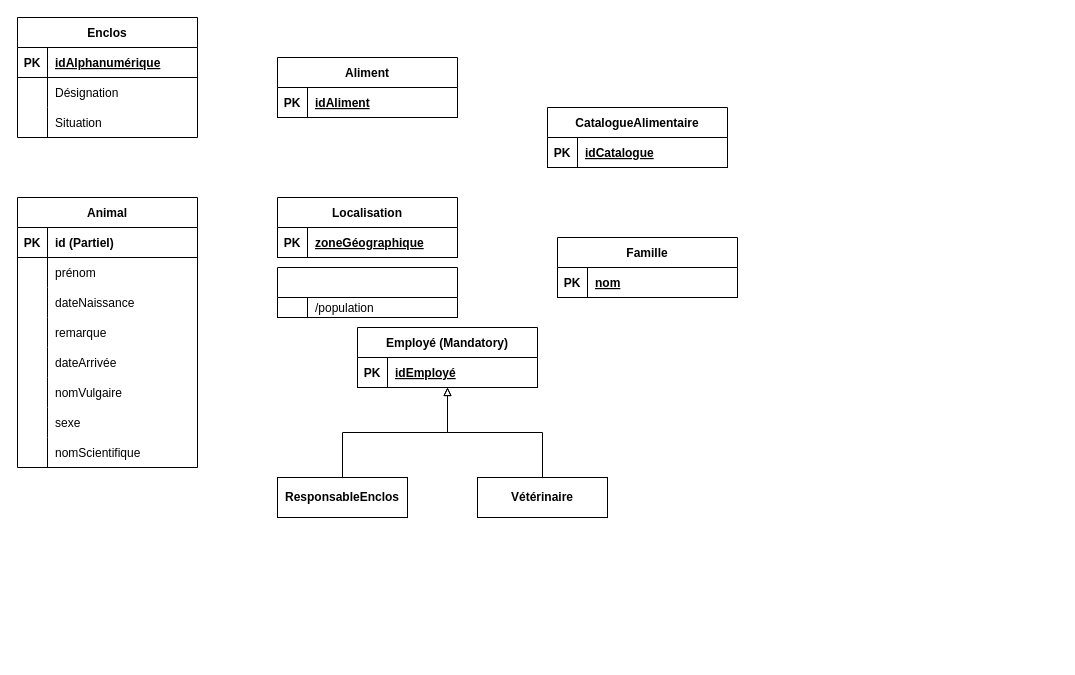
The draw.io diagram Untitled Diagram.drawio in R0ma01/R0ma01, before the edit. Source tidied: cells renumbered, new cells numbered last; positions are measured from the earlier drawing's top-left corner, leaving out a move shared by most shapes. Both pictures are drawn from the tidied source at 100%, with x=0, y=0 at pixel (17, 17).
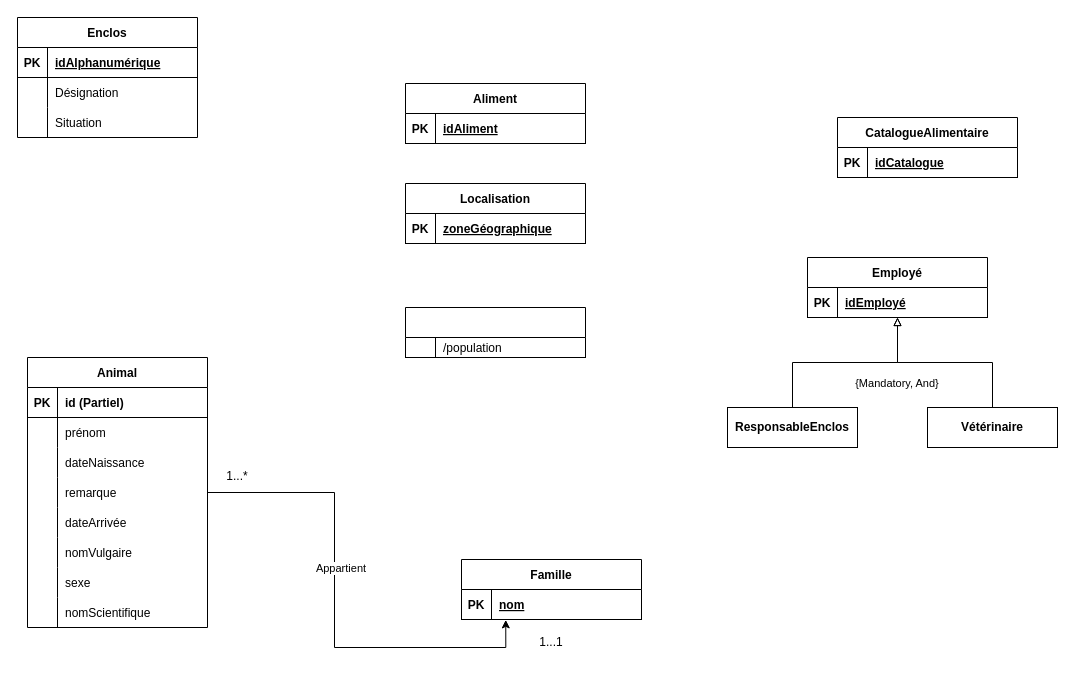
Above is the later version.

Commit message:
Ajout lien Famille

The change refers to these unchanged cells:
```xml
<mxCell id="42" style="edgeStyle=orthogonalEdgeStyle;rounded=0;jettySize=auto;html=1;entryX=0.5;entryY=0;entryDx=0;entryDy=0;strokeColor=default;startArrow=block;startFill=0;endArrow=none;endFill=0;" parent="1" edge="1" source="43" target="59">
  <mxGeometry relative="1" as="geometry" />
</mxCell>
<mxCell id="52" style="shape=tableRow;horizontal=0;startSize=0;swimlaneHead=0;swimlaneBody=0;fillColor=none;points=[[0,0.5],[1,0.5]];portConstraint=eastwest;top=0;left=0;right=0;bottom=1;" parent="51" vertex="1">
  <mxGeometry y="30" width="180" height="30" as="geometry" />
</mxCell>
```

Change to the diagram source:
```diff
@@
+    <mxCell id="65" style="edgeStyle=orthogonalEdgeStyle;rounded=0;jettySize=auto;html=1;entryX=0.246;entryY=1.013;entryDx=0;entryDy=0;entryPerimeter=0;" parent="1" edge="1" source="12" target="52">
+      <mxGeometry relative="1" as="geometry" />
+    </mxCell>
+    <mxCell id="66" value="Appartient&amp;nbsp;" style="edgeLabel;html=1;align=center;verticalAlign=middle;" parent="65" vertex="1">
+      <mxGeometry x="-0.16" y="7" relative="1" as="geometry" />
+    </mxCell>
     <mxCell id="12" value="Animal" style="shape=table;startSize=30;childLayout=tableLayout;rowLines=0;fontStyle=1;align=center;" parent="1" vertex="1">
-      <mxGeometry y="180" width="180" height="270" as="geometry" />
+      <mxGeometry x="10" y="340" width="180" height="270" as="geometry" />
     </mxCell>
@@
     <mxCell id="37" value="Aliment" style="shape=table;startSize=30;childLayout=tableLayout;rowLines=0;fontStyle=1;align=center;" parent="1" vertex="1">
-      <mxGeometry x="260" y="40" width="180" height="60" as="geometry" />
+      <mxGeometry x="388" y="66" width="180" height="60" as="geometry" />
     </mxCell>
@@
     <mxCell id="41" style="edgeStyle=orthogonalEdgeStyle;rounded=0;jettySize=auto;html=1;entryX=0.5;entryY=0;entryDx=0;entryDy=0;strokeColor=default;startArrow=block;startFill=0;endArrow=none;endFill=0;" parent="1" edge="1" source="43" target="60">
       <mxGeometry relative="1" as="geometry">
         <Array as="points">
-          <mxPoint x="430" y="415" />
-          <mxPoint x="525" y="415" />
+          <mxPoint x="880" y="345" />
+          <mxPoint x="975" y="345" />
         </Array>
       </mxGeometry>
     </mxCell>
@@
+    <mxCell id="67" value="{Mandatory, And}&amp;nbsp;" style="edgeLabel;html=1;align=center;verticalAlign=middle;" parent="42" vertex="1">
+      <mxGeometry x="-0.41" relative="1" as="geometry">
+        <mxPoint x="13" y="20" as="offset" />
+      </mxGeometry>
+    </mxCell>
-    <mxCell id="43" value="Employé (Mandatory)" style="shape=table;startSize=30;childLayout=tableLayout;rowLines=0;fontStyle=1;align=center;" parent="1" vertex="1">
-      <mxGeometry x="340" y="310" width="180" height="60" as="geometry" />
+    <mxCell id="43" value="Employé" style="shape=table;startSize=30;childLayout=tableLayout;rowLines=0;fontStyle=1;align=center;" parent="1" vertex="1">
+      <mxGeometry x="790" y="240" width="180" height="60" as="geometry" />
     </mxCell>
@@
     <mxCell id="47" value="Localisation" style="shape=table;startSize=30;childLayout=tableLayout;rowLines=0;fontStyle=1;align=center;" parent="1" vertex="1">
-      <mxGeometry x="260" y="180" width="180" height="60" as="geometry" />
+      <mxGeometry x="388" y="166" width="180" height="60" as="geometry" />
     </mxCell>
@@
     <mxCell id="51" value="Famille" style="shape=table;startSize=30;childLayout=tableLayout;rowLines=0;fontStyle=1;align=center;" parent="1" vertex="1">
-      <mxGeometry x="540" y="220" width="180" height="60" as="geometry" />
+      <mxGeometry x="444" y="542" width="180" height="60" as="geometry" />
     </mxCell>
@@
     <mxCell id="55" style="shape=table;startSize=30;childLayout=tableLayout;rowLines=0;fontStyle=1;align=center;" parent="1" vertex="1">
-      <mxGeometry x="260" y="250" width="180" height="50" as="geometry" />
+      <mxGeometry x="388" y="290" width="180" height="50" as="geometry" />
     </mxCell>
@@
     <mxCell id="59" value="&lt;b&gt;ResponsableEnclos&lt;/b&gt;" style="whiteSpace=wrap;html=1;align=center;" parent="1" vertex="1">
-      <mxGeometry x="260" y="460" width="130" height="40" as="geometry" />
+      <mxGeometry x="710" y="390" width="130" height="40" as="geometry" />
     </mxCell>
     <mxCell id="60" value="&lt;b&gt;Vétérinaire&lt;/b&gt;" style="whiteSpace=wrap;html=1;align=center;" parent="1" vertex="1">
-      <mxGeometry x="460" y="460" width="130" height="40" as="geometry" />
+      <mxGeometry x="910" y="390" width="130" height="40" as="geometry" />
     </mxCell>
     <mxCell id="61" value="CatalogueAlimentaire" style="shape=table;startSize=30;childLayout=tableLayout;rowLines=0;fontStyle=1;align=center;" parent="1" vertex="1">
-      <mxGeometry x="530" y="90" width="180" height="60" as="geometry" />
+      <mxGeometry x="820" y="100" width="180" height="60" as="geometry" />
     </mxCell>
@@
+    <mxCell id="68" value="1...1&lt;br&gt;" style="text;html=1;strokeColor=none;fillColor=none;align=center;verticalAlign=middle;whiteSpace=wrap;rounded=0;" parent="1" vertex="1">
+      <mxGeometry x="504" y="610" width="60" height="30" as="geometry" />
+    </mxCell>
+    <mxCell id="69" value="1...*" style="text;html=1;strokeColor=none;fillColor=none;align=center;verticalAlign=middle;whiteSpace=wrap;rounded=0;" parent="1" vertex="1">
+      <mxGeometry x="190" y="444" width="60" height="30" as="geometry" />
+    </mxCell>
```
